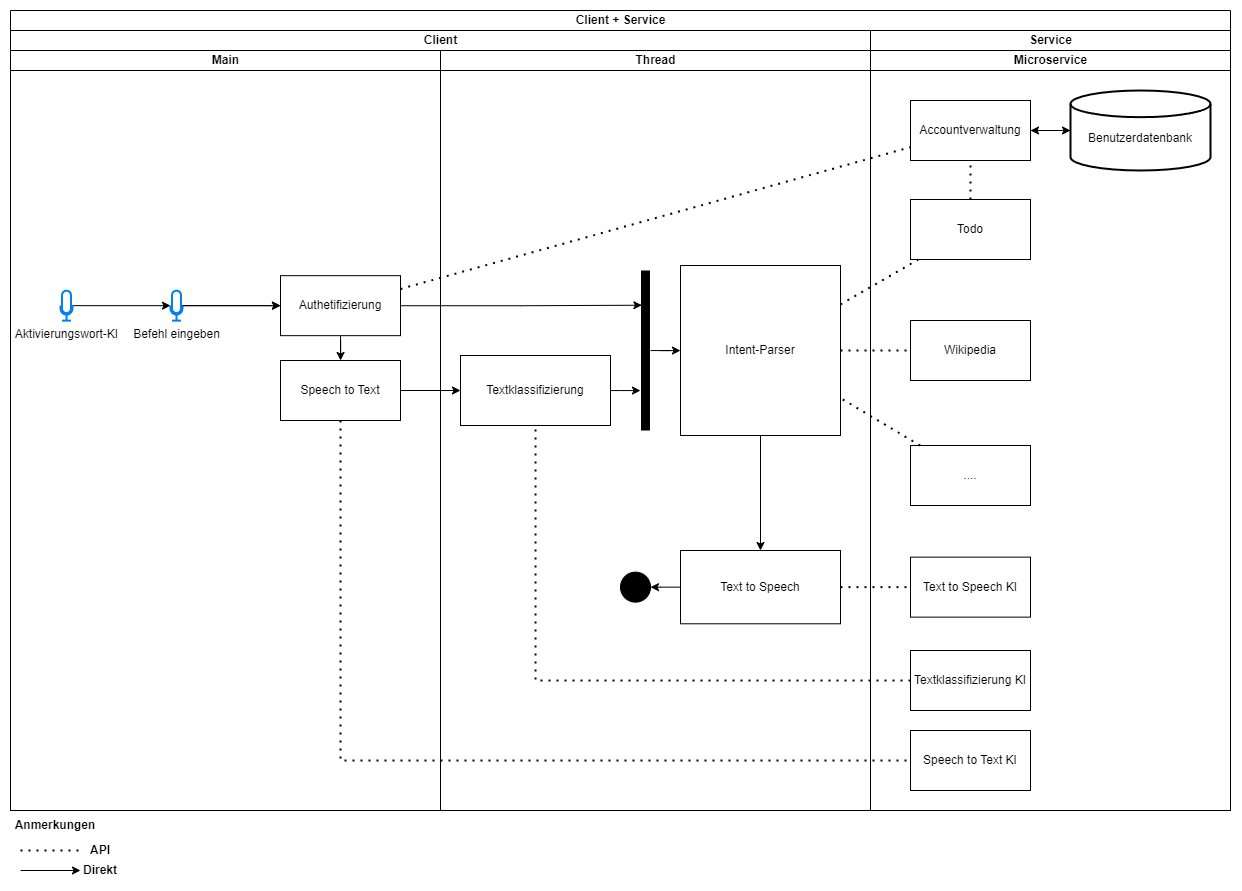
anastasia98s/PS2 keeps this draw.io diagram as docs/docs_image/aktivitätsdiagramm.drawio.png. Above is the earlier version. Source tidied: cells renumbered, new cells last; positions are measured from the earlier drawing's top-left corner, leaving out a move shared by most shapes.
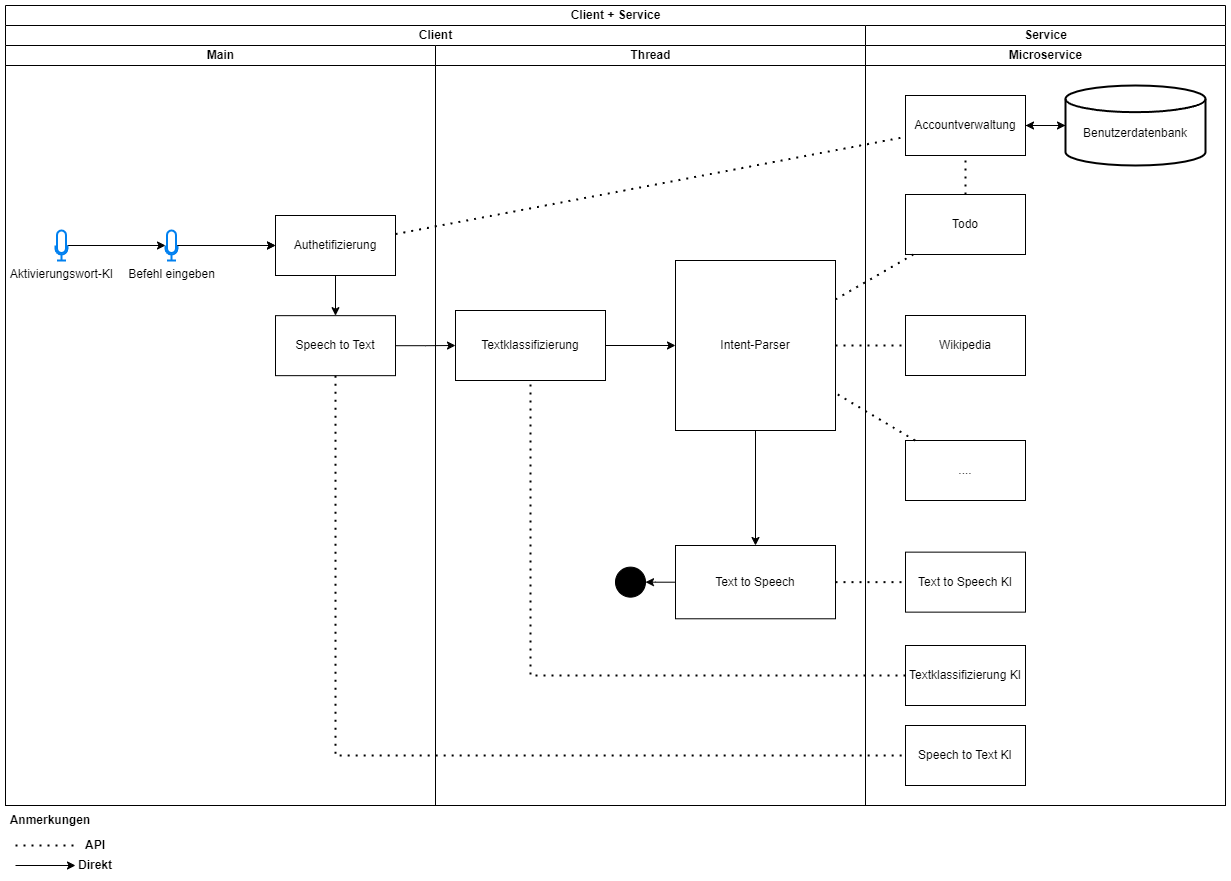
The same diagram one commit later.

What changed in the source:
```diff
@@ -12,16 +12,16 @@
       <mxGeometry y="20" width="430" height="760" as="geometry" />
     </mxCell>
     <mxCell id="5" value="Befehl eingeben" style="html=1;verticalLabelPosition=bottom;align=center;labelBackgroundColor=#ffffff;verticalAlign=top;strokeWidth=2;strokeColor=#0080F0;shadow=0;dashed=0;shape=mxgraph.ios7.icons.microphone;" parent="4" vertex="1">
-      <mxGeometry x="160" y="240.2" width="12" height="30" as="geometry" />
+      <mxGeometry x="160" y="185" width="12" height="30" as="geometry" />
     </mxCell>
     <mxCell id="6" value="Speech to Text" style="rounded=0;whiteSpace=wrap;html=1;" parent="4" vertex="1">
-      <mxGeometry x="270" y="310" width="120" height="60" as="geometry" />
+      <mxGeometry x="270" y="270.2" width="120" height="60" as="geometry" />
     </mxCell>
     <mxCell id="7" style="edgeStyle=orthogonalEdgeStyle;rounded=0;jettySize=auto;html=1;" parent="4" edge="1" source="8" target="5">
       <mxGeometry relative="1" as="geometry" />
     </mxCell>
     <mxCell id="8" value="Aktivierungswort-KI" style="html=1;verticalLabelPosition=bottom;align=center;labelBackgroundColor=#ffffff;verticalAlign=top;strokeWidth=2;strokeColor=#0080F0;shadow=0;dashed=0;shape=mxgraph.ios7.icons.microphone;" parent="4" vertex="1">
-      <mxGeometry x="50" y="240.2" width="12" height="30" as="geometry" />
+      <mxGeometry x="50" y="185" width="12" height="30" as="geometry" />
     </mxCell>
     <mxCell id="9" style="edgeStyle=orthogonalEdgeStyle;rounded=0;jettySize=auto;html=1;" parent="4" edge="1" source="5" target="11">
       <mxGeometry relative="1" as="geometry" />
@@ -30,7 +30,7 @@
       <mxGeometry relative="1" as="geometry" />
     </mxCell>
     <mxCell id="11" value="Authetifizierung" style="rounded=0;whiteSpace=wrap;html=1;" parent="4" vertex="1">
-      <mxGeometry x="270" y="225.2" width="120" height="60" as="geometry" />
+      <mxGeometry x="270" y="170" width="120" height="60" as="geometry" />
     </mxCell>
     <mxCell id="12" style="edgeStyle=orthogonalEdgeStyle;rounded=0;jettySize=auto;html=1;" parent="4" edge="1" source="5" target="11">
       <mxGeometry relative="1" as="geometry" />
@@ -44,22 +44,11 @@
     <mxCell id="15" value="Intent-Parser" style="rounded=0;whiteSpace=wrap;html=1;" parent="13" vertex="1">
       <mxGeometry x="240" y="215" width="160" height="170" as="geometry" />
     </mxCell>
-    <mxCell id="16" style="line;strokeWidth=9;direction=south;html=1;" parent="13" vertex="1">
-      <mxGeometry x="200" y="220" width="10" height="160" as="geometry" />
-    </mxCell>
-    <mxCell id="17" style="edgeStyle=orthogonalEdgeStyle;rounded=0;jettySize=auto;html=1;" parent="13" edge="1" source="16" target="15">
-      <mxGeometry relative="1" as="geometry" />
-    </mxCell>
-    <mxCell id="18" style="edgeStyle=orthogonalEdgeStyle;rounded=0;jettySize=auto;html=1;" parent="13" edge="1" source="19" target="16">
-      <mxGeometry relative="1" as="geometry">
-        <Array as="points">
-          <mxPoint x="180" y="340" />
-          <mxPoint x="180" y="340" />
-        </Array>
-      </mxGeometry>
-    </mxCell>
+    <mxCell id="50" style="edgeStyle=orthogonalEdgeStyle;rounded=0;jettySize=auto;html=1;" parent="13" edge="1" source="19" target="15">
+      <mxGeometry relative="1" as="geometry" />
+    </mxCell>
     <mxCell id="19" value="Textklassifizierung" style="rounded=0;whiteSpace=wrap;html=1;" parent="13" vertex="1">
-      <mxGeometry x="20" y="305" width="150" height="70" as="geometry" />
+      <mxGeometry x="20" y="265" width="150" height="70" as="geometry" />
     </mxCell>
     <mxCell id="20" style="edgeStyle=orthogonalEdgeStyle;rounded=0;jettySize=auto;html=1;" parent="13" edge="1" source="21" target="22">
       <mxGeometry relative="1" as="geometry" />
@@ -70,9 +59,6 @@
     <mxCell id="22" style="ellipse;whiteSpace=wrap;html=1;fillColor=#000000;" parent="13" vertex="1">
       <mxGeometry x="180" y="521.6" width="30" height="30" as="geometry" />
     </mxCell>
-    <mxCell id="23" style="edgeStyle=orthogonalEdgeStyle;rounded=0;jettySize=auto;html=1;entryX=0.217;entryY=0.861;entryDx=0;entryDy=0;entryPerimeter=0;" parent="3" edge="1" source="11" target="16">
-      <mxGeometry relative="1" as="geometry" />
-    </mxCell>
     <mxCell id="24" style="edgeStyle=orthogonalEdgeStyle;rounded=0;jettySize=auto;html=1;" parent="3" edge="1" source="6" target="19">
       <mxGeometry relative="1" as="geometry" />
     </mxCell>
```
